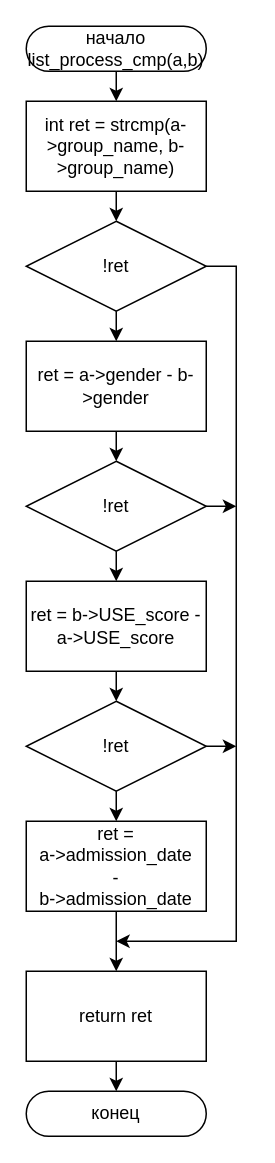
Earlier version of the draw.io diagram ПЗ/Diagrams/list_process_cmp.drawio (Killfrra/AnP). Source tidied: cells renumbered, new cells numbered last; positions are measured from the earlier drawing's top-left corner, leaving out a move shared by most shapes. Both pictures are drawn from the tidied source at 150%, with x=0, y=0 at pixel (26, 26).
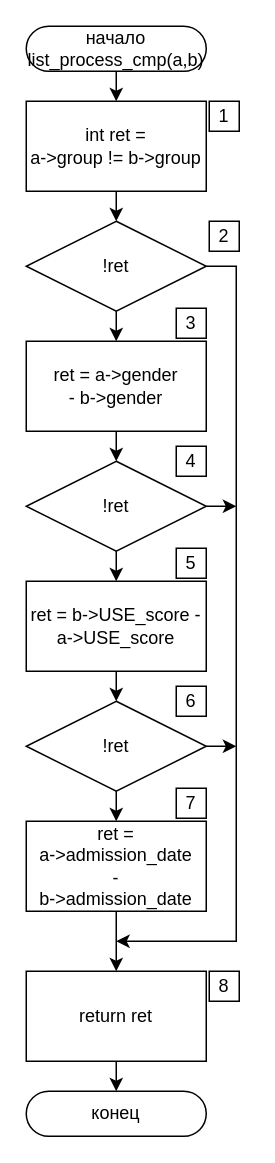
After the change.

The edit, as a diff of the source:
```diff
@@
-    <mxCell id="17" value="ret = a-&gt;gender - b-&gt;gender" style="rounded=0;whiteSpace=wrap;html=1;" parent="1" vertex="1">
+    <mxCell id="17" value="ret = a-&amp;gt;gender &lt;br&gt;- b-&amp;gt;gender" style="rounded=0;whiteSpace=wrap;html=1;" parent="1" vertex="1">
       <mxGeometry y="210" width="120" height="60" as="geometry" />
     </mxCell>
@@
-    <mxCell id="21" value="int ret = strcmp(a-&gt;group_name, b-&gt;group_name)" style="rounded=0;whiteSpace=wrap;html=1;" parent="1" vertex="1">
+    <mxCell id="21" value="int ret =&lt;br&gt;a-&amp;gt;group != b-&amp;gt;group" style="rounded=0;whiteSpace=wrap;html=1;" parent="1" vertex="1">
       <mxGeometry y="50" width="120" height="60" as="geometry" />
     </mxCell>
@@
+    <mxCell id="24" value="1" style="whiteSpace=wrap;html=1;" parent="1" vertex="1">
+      <mxGeometry x="122" y="50" width="20" height="20" as="geometry" />
+    </mxCell>
+    <mxCell id="25" value="2" style="whiteSpace=wrap;html=1;" parent="1" vertex="1">
+      <mxGeometry x="122" y="130" width="20" height="20" as="geometry" />
+    </mxCell>
+    <mxCell id="26" value="3" style="whiteSpace=wrap;html=1;" parent="1" vertex="1">
+      <mxGeometry x="100" y="188" width="20" height="20" as="geometry" />
+    </mxCell>
+    <mxCell id="27" value="4" style="whiteSpace=wrap;html=1;" parent="1" vertex="1">
+      <mxGeometry x="100" y="280" width="20" height="20" as="geometry" />
+    </mxCell>
+    <mxCell id="28" value="5" style="whiteSpace=wrap;html=1;" parent="1" vertex="1">
+      <mxGeometry x="100" y="348" width="20" height="20" as="geometry" />
+    </mxCell>
+    <mxCell id="29" value="6" style="whiteSpace=wrap;html=1;" parent="1" vertex="1">
+      <mxGeometry x="100" y="440" width="20" height="20" as="geometry" />
+    </mxCell>
+    <mxCell id="30" value="7" style="whiteSpace=wrap;html=1;" parent="1" vertex="1">
+      <mxGeometry x="100" y="508" width="20" height="20" as="geometry" />
+    </mxCell>
+    <mxCell id="31" value="8" style="whiteSpace=wrap;html=1;" parent="1" vertex="1">
+      <mxGeometry x="122" y="630" width="20" height="20" as="geometry" />
+    </mxCell>
```
